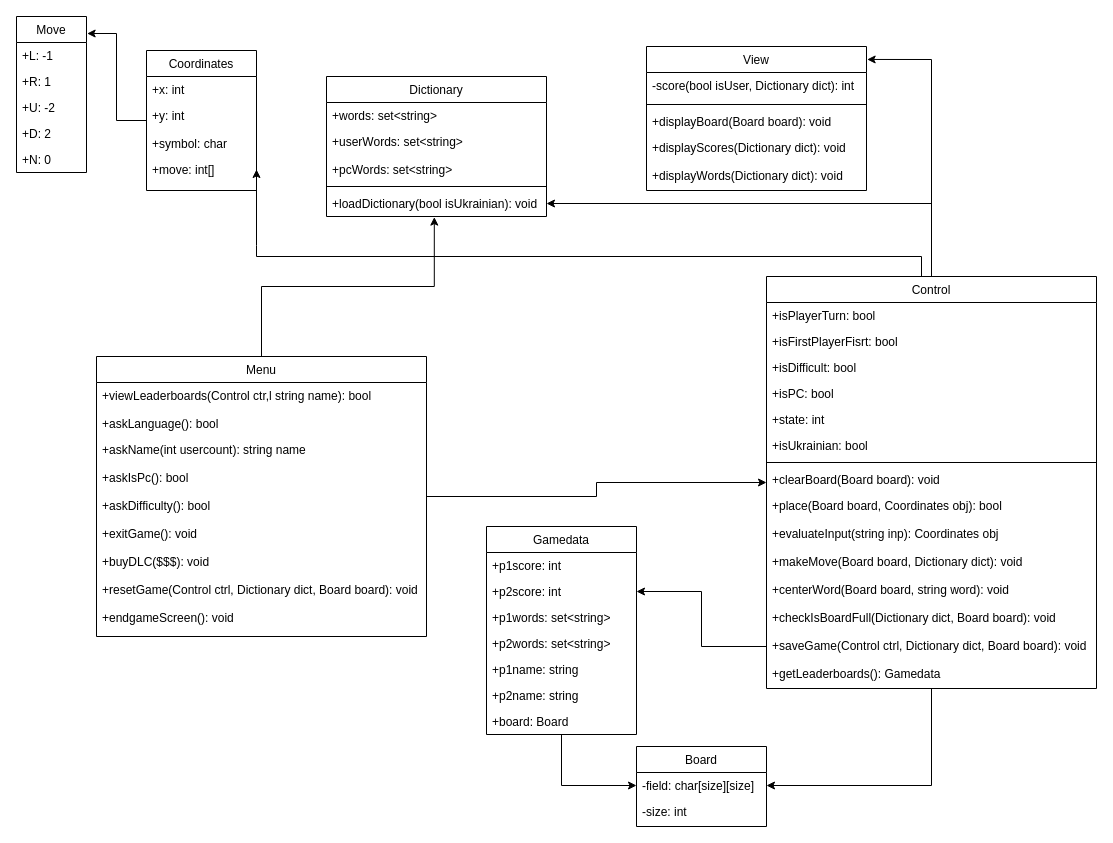
Earlier version of the draw.io diagram diagrams/ClassDiagram.drawio (MrAnt22/Kings-balda). Source tidied: cells renumbered, new cells numbered last; positions are measured from the earlier drawing's top-left corner, leaving out a move shared by most shapes. Both pictures are drawn from the tidied source at 100%, with x=0, y=0 at pixel (16, 16).
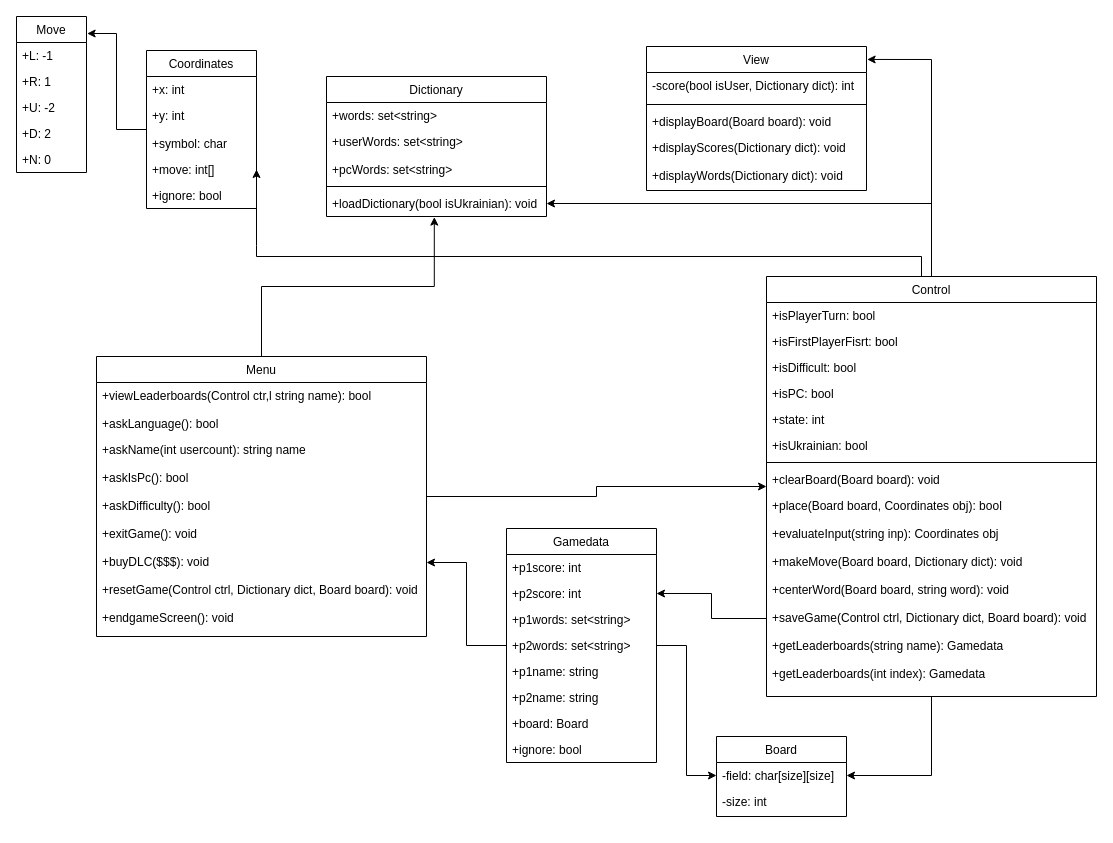
After the change.

Unchanged cells that the change refers to:
```xml
<mxCell id="49" value="+buyDLC($$$): void" style="text;align=left;verticalAlign=top;spacingLeft=4;spacingRight=4;overflow=hidden;points=[[0,0.5],[1,0.5]];portConstraint=eastwest;" parent="42" vertex="1">
  <mxGeometry y="192" width="330" height="28" as="geometry" />
</mxCell>
```

What changed in the source:
```diff
@@
     <mxCell id="8" value="Board" style="swimlane;fontStyle=0;align=center;verticalAlign=top;horizontal=1;startSize=26;rounded=0;shadow=0;strokeWidth=1;" parent="1" vertex="1">
-      <mxGeometry x="620" y="730" width="130" height="80" as="geometry" />
+      <mxGeometry x="700" y="720" width="130" height="80" as="geometry" />
     </mxCell>
@@
     <mxCell id="11" value="Coordinates" style="swimlane;fontStyle=0;align=center;verticalAlign=top;horizontal=1;startSize=26;rounded=0;shadow=0;strokeWidth=1;" parent="1" vertex="1">
-      <mxGeometry x="130" y="34" width="110" height="140" as="geometry" />
+      <mxGeometry x="130" y="34" width="110" height="158" as="geometry" />
     </mxCell>
@@
+    <mxCell id="71" value="+ignore: bool" style="text;align=left;verticalAlign=top;spacingLeft=4;spacingRight=4;overflow=hidden;" parent="11" vertex="1">
+      <mxGeometry y="132" width="110" height="26" as="geometry" />
+    </mxCell>
@@
     <mxCell id="25" value="Control&#10;" style="swimlane;fontStyle=0;align=center;verticalAlign=top;horizontal=1;startSize=26;rounded=0;shadow=0;strokeWidth=1;" parent="1" vertex="1">
-      <mxGeometry x="750" y="260" width="330" height="412" as="geometry" />
+      <mxGeometry x="750" y="260" width="330" height="420" as="geometry" />
     </mxCell>
@@
-    <mxCell id="38" value="+checkIsBoardFull(Dictionary dict, Board board): void" style="text;align=left;verticalAlign=top;spacingLeft=4;spacingRight=4;overflow=hidden;" parent="25" vertex="1">
-      <mxGeometry y="328" width="330" height="28" as="geometry" />
-    </mxCell>
     <mxCell id="39" value="+saveGame(Control ctrl, Dictionary dict, Board board): void" style="text;align=left;verticalAlign=top;spacingLeft=4;spacingRight=4;overflow=hidden;points=[[0,0.5],[1,0.5]];portConstraint=eastwest;" parent="25" vertex="1">
-      <mxGeometry y="356" width="330" height="28" as="geometry" />
+      <mxGeometry y="328" width="330" height="28" as="geometry" />
     </mxCell>
-    <mxCell id="40" value="+getLeaderboards(): Gamedata" style="text;align=left;verticalAlign=top;spacingLeft=4;spacingRight=4;overflow=hidden;" parent="25" vertex="1">
-      <mxGeometry y="384" width="330" height="28" as="geometry" />
+    <mxCell id="40" value="+getLeaderboards(string name): Gamedata" style="text;align=left;verticalAlign=top;spacingLeft=4;spacingRight=4;overflow=hidden;" parent="25" vertex="1">
+      <mxGeometry y="356" width="330" height="28" as="geometry" />
     </mxCell>
+    <mxCell id="72" value="+getLeaderboards(int index): Gamedata" style="text;align=left;verticalAlign=top;spacingLeft=4;spacingRight=4;overflow=hidden;" parent="25" vertex="1">
+      <mxGeometry y="384" width="330" height="28" as="geometry" />
+    </mxCell>
@@
+    <mxCell id="73" style="edgeStyle=orthogonalEdgeStyle;rounded=0;jettySize=auto;html=1;entryX=1;entryY=0.5;entryDx=0;entryDy=0;" parent="1" edge="1" source="55" target="49">
+      <mxGeometry relative="1" as="geometry" />
+    </mxCell>
     <mxCell id="55" value="Gamedata" style="swimlane;fontStyle=0;align=center;verticalAlign=top;horizontal=1;startSize=26;rounded=0;shadow=0;strokeWidth=1;" parent="1" vertex="1">
-      <mxGeometry x="470" y="510" width="150" height="208" as="geometry" />
+      <mxGeometry x="490" y="512" width="150" height="234" as="geometry" />
     </mxCell>
@@
+    <mxCell id="74" value="+ignore: bool" style="text;align=left;verticalAlign=top;spacingLeft=4;spacingRight=4;overflow=hidden;" parent="55" vertex="1">
+      <mxGeometry y="208" width="150" height="26" as="geometry" />
+    </mxCell>
```
